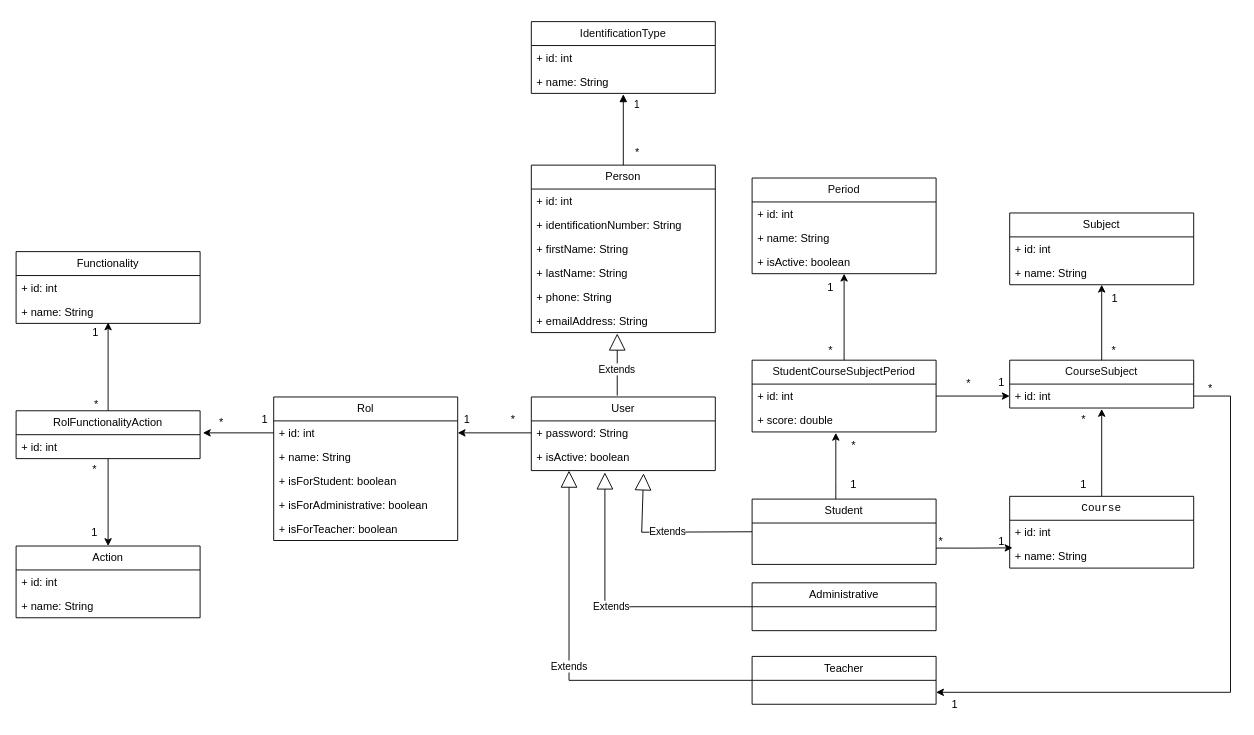
jchuquen/academic-register-services keeps this draw.io diagram as src/main/resources/Project Diagrams.drawio. Above is the earlier version. Source tidied: cells renumbered, new cells numbered last; positions are measured from the earlier drawing's top-left corner, leaving out a move shared by most shapes. Both pictures are drawn from the tidied source at 92%, with x=0, y=0 at pixel (16, 21).
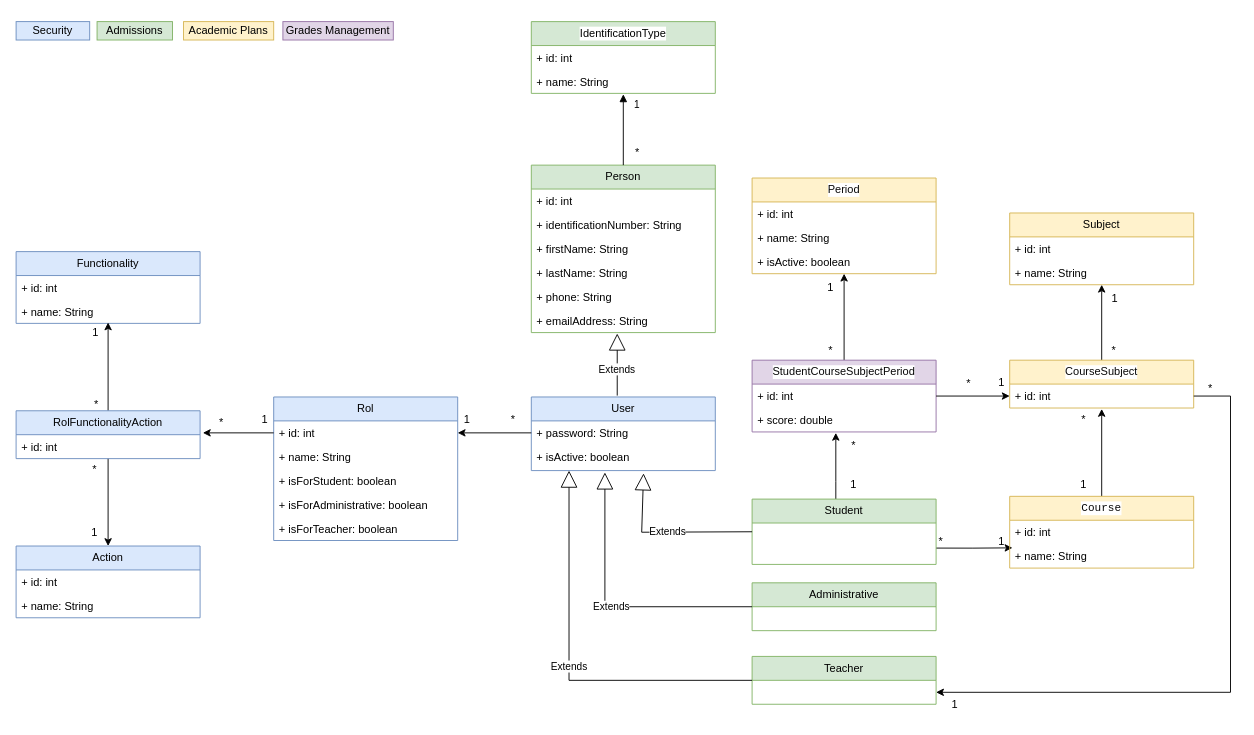
Above is the later version.

Diff of the diagram source:
```diff
@@
-    <mxCell id="2" value="&lt;div style=&quot;background-color: rgb(255, 255, 255); color: rgb(8, 8, 8);&quot;&gt;&lt;pre style=&quot;&quot;&gt;&lt;font face=&quot;Helvetica&quot;&gt;IdentificationType&lt;/font&gt;&lt;/pre&gt;&lt;/div&gt;" style="swimlane;fontStyle=0;horizontal=1;startSize=26;fillColor=none;whiteSpace=wrap;html=1;" parent="1" vertex="1">
+    <mxCell id="2" value="&lt;div style=&quot;background-color: rgb(255, 255, 255);&quot;&gt;&lt;pre style=&quot;&quot;&gt;&lt;font style=&quot;&quot; face=&quot;Helvetica&quot;&gt;IdentificationType&lt;/font&gt;&lt;/pre&gt;&lt;/div&gt;" style="swimlane;fontStyle=0;horizontal=1;startSize=26;fillColor=#d5e8d4;whiteSpace=wrap;html=1;strokeColor=#82b366;" parent="1" vertex="1">
       <mxGeometry x="560" width="200" height="78" as="geometry" />
     </mxCell>
@@
-    <mxCell id="5" value="&lt;div style=&quot;background-color: rgb(255, 255, 255); color: rgb(8, 8, 8);&quot;&gt;&lt;pre style=&quot;&quot;&gt;&lt;font face=&quot;Helvetica&quot;&gt;Period&lt;/font&gt;&lt;/pre&gt;&lt;/div&gt;" style="swimlane;fontStyle=0;horizontal=1;startSize=26;fillColor=none;whiteSpace=wrap;html=1;" parent="1" vertex="1">
+    <mxCell id="5" value="&lt;div style=&quot;background-color: rgb(255, 255, 255); color: rgb(8, 8, 8);&quot;&gt;&lt;pre style=&quot;&quot;&gt;&lt;font face=&quot;Helvetica&quot;&gt;Period&lt;/font&gt;&lt;/pre&gt;&lt;/div&gt;" style="swimlane;fontStyle=0;horizontal=1;startSize=26;fillColor=#fff2cc;whiteSpace=wrap;html=1;strokeColor=#d6b656;" parent="1" vertex="1">
       <mxGeometry x="800" y="170" width="200" height="104" as="geometry" />
     </mxCell>
@@
-    <mxCell id="9" value="Subject" style="swimlane;fontStyle=0;horizontal=1;startSize=26;fillColor=none;whiteSpace=wrap;html=1;" parent="1" vertex="1">
+    <mxCell id="9" value="Subject" style="swimlane;fontStyle=0;horizontal=1;startSize=26;fillColor=#fff2cc;whiteSpace=wrap;html=1;strokeColor=#d6b656;" parent="1" vertex="1">
       <mxGeometry x="1080" y="208" width="200" height="78" as="geometry" />
     </mxCell>
@@
-    <mxCell id="13" value="&lt;div style=&quot;background-color: rgb(255, 255, 255); color: rgb(8, 8, 8);&quot;&gt;&lt;pre style=&quot;&quot;&gt;&lt;font face=&quot;Helvetica&quot;&gt;CourseSubject&lt;/font&gt;&lt;/pre&gt;&lt;/div&gt;" style="swimlane;fontStyle=0;horizontal=1;startSize=26;fillColor=none;whiteSpace=wrap;html=1;" parent="1" vertex="1">
+    <mxCell id="13" value="&lt;div style=&quot;background-color: rgb(255, 255, 255); color: rgb(8, 8, 8);&quot;&gt;&lt;pre style=&quot;&quot;&gt;&lt;font face=&quot;Helvetica&quot;&gt;CourseSubject&lt;/font&gt;&lt;/pre&gt;&lt;/div&gt;" style="swimlane;fontStyle=0;horizontal=1;startSize=26;fillColor=#fff2cc;whiteSpace=wrap;html=1;strokeColor=#d6b656;" parent="1" vertex="1">
       <mxGeometry x="1080" y="368" width="200" height="52" as="geometry" />
     </mxCell>
@@
-    <mxCell id="16" value="&lt;div style=&quot;background-color: rgb(255, 255, 255); color: rgb(8, 8, 8);&quot;&gt;&lt;pre style=&quot;&quot;&gt;&lt;span style=&quot;white-space: normal;&quot;&gt;&lt;font face=&quot;Helvetica&quot;&gt;StudentCourseSubjectPeriod&lt;/font&gt;&lt;/span&gt;&lt;font face=&quot;JetBrains Mono, monospace&quot;&gt;&lt;br&gt;&lt;/font&gt;&lt;/pre&gt;&lt;/div&gt;" style="swimlane;fontStyle=0;horizontal=1;startSize=26;fillColor=none;whiteSpace=wrap;html=1;" parent="1" vertex="1">
+    <mxCell id="16" value="&lt;div style=&quot;background-color: rgb(255, 255, 255); color: rgb(8, 8, 8);&quot;&gt;&lt;pre style=&quot;&quot;&gt;&lt;span style=&quot;white-space: normal;&quot;&gt;&lt;font face=&quot;Helvetica&quot;&gt;StudentCourseSubjectPeriod&lt;/font&gt;&lt;/span&gt;&lt;font face=&quot;JetBrains Mono, monospace&quot;&gt;&lt;br&gt;&lt;/font&gt;&lt;/pre&gt;&lt;/div&gt;" style="swimlane;fontStyle=0;horizontal=1;startSize=26;fillColor=#e1d5e7;whiteSpace=wrap;html=1;strokeColor=#9673a6;" parent="1" vertex="1">
       <mxGeometry x="800" y="368" width="200" height="78" as="geometry" />
     </mxCell>
@@
-    <mxCell id="19" value="Person" style="swimlane;fontStyle=0;horizontal=1;startSize=26;fillColor=none;whiteSpace=wrap;html=1;" parent="1" vertex="1">
+    <mxCell id="19" value="Person" style="swimlane;fontStyle=0;horizontal=1;startSize=26;fillColor=#d5e8d4;whiteSpace=wrap;html=1;strokeColor=#82b366;" parent="1" vertex="1">
       <mxGeometry x="560" y="156" width="200" height="182" as="geometry" />
     </mxCell>
@@
-    <mxCell id="26" value="User" style="swimlane;fontStyle=0;horizontal=1;startSize=26;fillColor=none;whiteSpace=wrap;html=1;" parent="1" vertex="1">
+    <mxCell id="26" value="User" style="swimlane;fontStyle=0;horizontal=1;startSize=26;fillColor=#dae8fc;whiteSpace=wrap;html=1;strokeColor=#6c8ebf;" parent="1" vertex="1">
       <mxGeometry x="560" y="408" width="200" height="80" as="geometry" />
     </mxCell>
@@
-    <mxCell id="35" value="Student" style="swimlane;fontStyle=0;horizontal=1;startSize=26;fillColor=none;whiteSpace=wrap;html=1;" parent="1" vertex="1">
+    <mxCell id="35" value="Student" style="swimlane;fontStyle=0;horizontal=1;startSize=26;fillColor=#d5e8d4;whiteSpace=wrap;html=1;strokeColor=#82b366;" parent="1" vertex="1">
       <mxGeometry x="800" y="519" width="200" height="71" as="geometry" />
     </mxCell>
-    <mxCell id="36" value="Administrative" style="swimlane;fontStyle=0;horizontal=1;startSize=26;fillColor=none;whiteSpace=wrap;html=1;" parent="1" vertex="1">
+    <mxCell id="36" value="Administrative" style="swimlane;fontStyle=0;horizontal=1;startSize=26;fillColor=#d5e8d4;whiteSpace=wrap;html=1;strokeColor=#82b366;" parent="1" vertex="1">
       <mxGeometry x="800" y="610" width="200" height="52" as="geometry" />
     </mxCell>
-    <mxCell id="37" value="Teacher" style="swimlane;fontStyle=0;horizontal=1;startSize=26;fillColor=none;whiteSpace=wrap;html=1;" parent="1" vertex="1">
+    <mxCell id="37" value="Teacher" style="swimlane;fontStyle=0;horizontal=1;startSize=26;fillColor=#d5e8d4;whiteSpace=wrap;html=1;strokeColor=#82b366;" parent="1" vertex="1">
       <mxGeometry x="800" y="690" width="200" height="52" as="geometry" />
     </mxCell>
@@
-    <mxCell id="42" value="&lt;div style=&quot;background-color:#ffffff;color:#080808;font-family:'JetBrains Mono',monospace;font-size:9,8pt;&quot;&gt;&lt;pre&gt;Course&lt;/pre&gt;&lt;/div&gt;" style="swimlane;fontStyle=0;horizontal=1;startSize=26;fillColor=none;whiteSpace=wrap;html=1;" parent="1" vertex="1">
+    <mxCell id="42" value="&lt;div style=&quot;background-color:#ffffff;color:#080808;font-family:'JetBrains Mono',monospace;font-size:9,8pt;&quot;&gt;&lt;pre&gt;Course&lt;/pre&gt;&lt;/div&gt;" style="swimlane;fontStyle=0;horizontal=1;startSize=26;fillColor=#fff2cc;whiteSpace=wrap;html=1;strokeColor=#d6b656;" parent="1" vertex="1">
       <mxGeometry x="1080" y="516" width="200" height="78" as="geometry" />
     </mxCell>
@@
-    <mxCell id="61" value="Rol" style="swimlane;fontStyle=0;horizontal=1;startSize=26;fillColor=none;whiteSpace=wrap;html=1;" parent="1" vertex="1">
+    <mxCell id="61" value="Rol" style="swimlane;fontStyle=0;horizontal=1;startSize=26;fillColor=#dae8fc;whiteSpace=wrap;html=1;strokeColor=#6c8ebf;" parent="1" vertex="1">
       <mxGeometry x="280" y="408" width="200" height="156" as="geometry" />
     </mxCell>
@@
-    <mxCell id="67" value="Functionality" style="swimlane;fontStyle=0;horizontal=1;startSize=26;fillColor=none;whiteSpace=wrap;html=1;" parent="1" vertex="1">
+    <mxCell id="67" value="Functionality" style="swimlane;fontStyle=0;horizontal=1;startSize=26;fillColor=#dae8fc;whiteSpace=wrap;html=1;strokeColor=#6c8ebf;" parent="1" vertex="1">
       <mxGeometry y="250" width="200" height="78" as="geometry" />
     </mxCell>
@@
-    <mxCell id="70" value="Action" style="swimlane;fontStyle=0;horizontal=1;startSize=26;fillColor=none;whiteSpace=wrap;html=1;" parent="1" vertex="1">
+    <mxCell id="70" value="Action" style="swimlane;fontStyle=0;horizontal=1;startSize=26;fillColor=#dae8fc;whiteSpace=wrap;html=1;strokeColor=#6c8ebf;" parent="1" vertex="1">
       <mxGeometry y="570" width="200" height="78" as="geometry" />
     </mxCell>
@@
-    <mxCell id="75" value="RolFunctionalityAction" style="swimlane;fontStyle=0;horizontal=1;startSize=26;fillColor=none;whiteSpace=wrap;html=1;" parent="1" vertex="1">
+    <mxCell id="75" value="RolFunctionalityAction" style="swimlane;fontStyle=0;horizontal=1;startSize=26;fillColor=#dae8fc;whiteSpace=wrap;html=1;strokeColor=#6c8ebf;" parent="1" vertex="1">
       <mxGeometry y="423" width="200" height="52" as="geometry" />
     </mxCell>
@@
+    <mxCell id="87" value="Security" style="rounded=0;whiteSpace=wrap;html=1;fillColor=#dae8fc;strokeColor=#6c8ebf;" parent="1" vertex="1">
+      <mxGeometry width="80" height="20" as="geometry" />
+    </mxCell>
+    <mxCell id="88" value="Admissions" style="rounded=0;whiteSpace=wrap;html=1;fillColor=#d5e8d4;strokeColor=#82b366;" parent="1" vertex="1">
+      <mxGeometry x="88" width="82" height="20" as="geometry" />
+    </mxCell>
+    <mxCell id="89" value="Academic Plans" style="rounded=0;whiteSpace=wrap;html=1;fillColor=#fff2cc;strokeColor=#d6b656;" parent="1" vertex="1">
+      <mxGeometry x="182" width="98" height="20" as="geometry" />
+    </mxCell>
+    <mxCell id="90" value="Grades Management" style="rounded=0;whiteSpace=wrap;html=1;fillColor=#e1d5e7;strokeColor=#9673a6;" parent="1" vertex="1">
+      <mxGeometry x="290" width="120" height="20" as="geometry" />
+    </mxCell>
```
